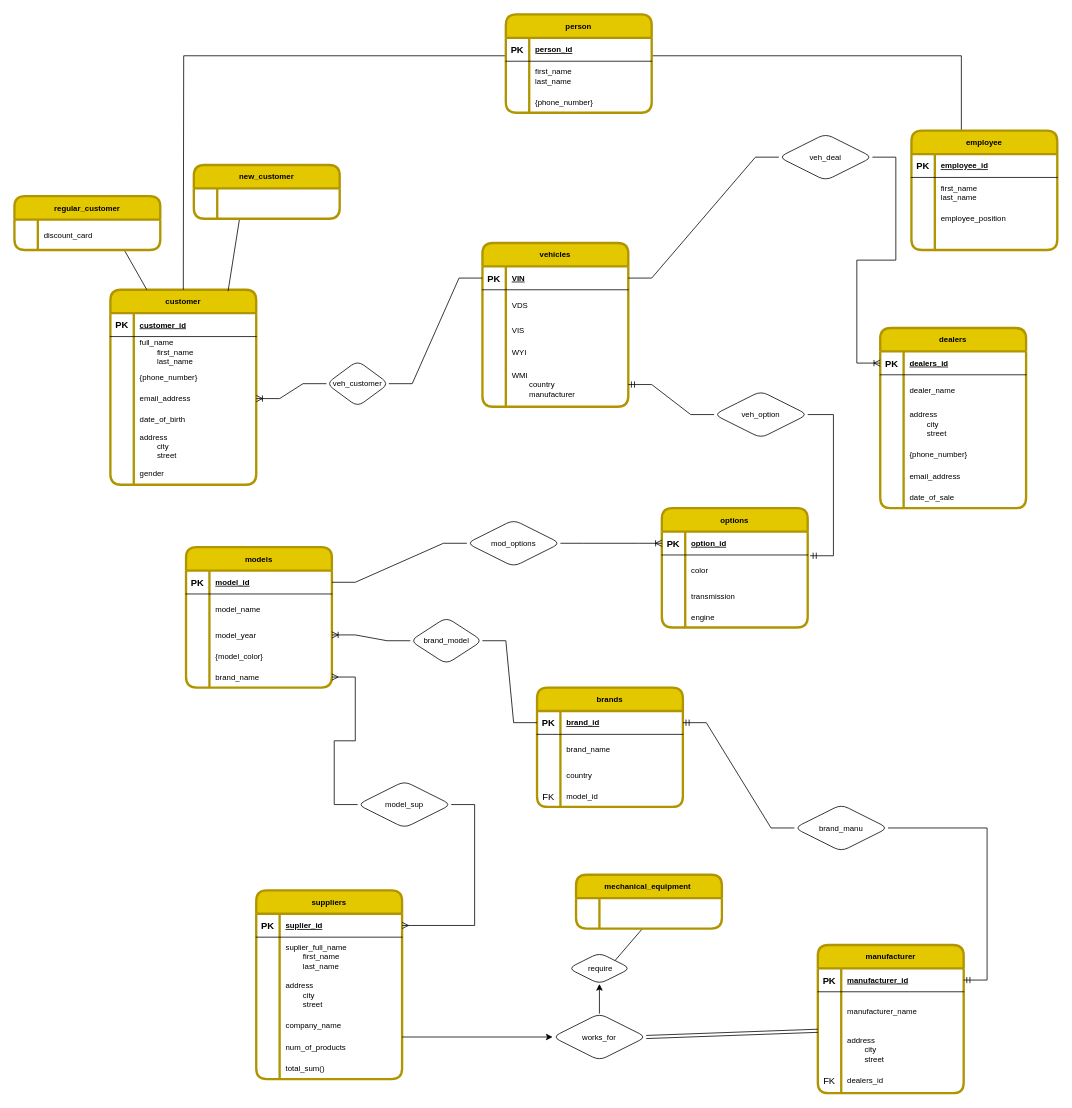
This is Untitled Diagram.drawio from ertaevaaiym1/DATABASES-2021, a draw.io file, before an edit. Source tidied: cells renumbered, new cells numbered last; positions are measured from the earlier drawing's top-left corner, leaving out a move shared by most shapes. Both pictures are drawn from the tidied source at 78%, with x=0, y=0 at pixel (14, 14).
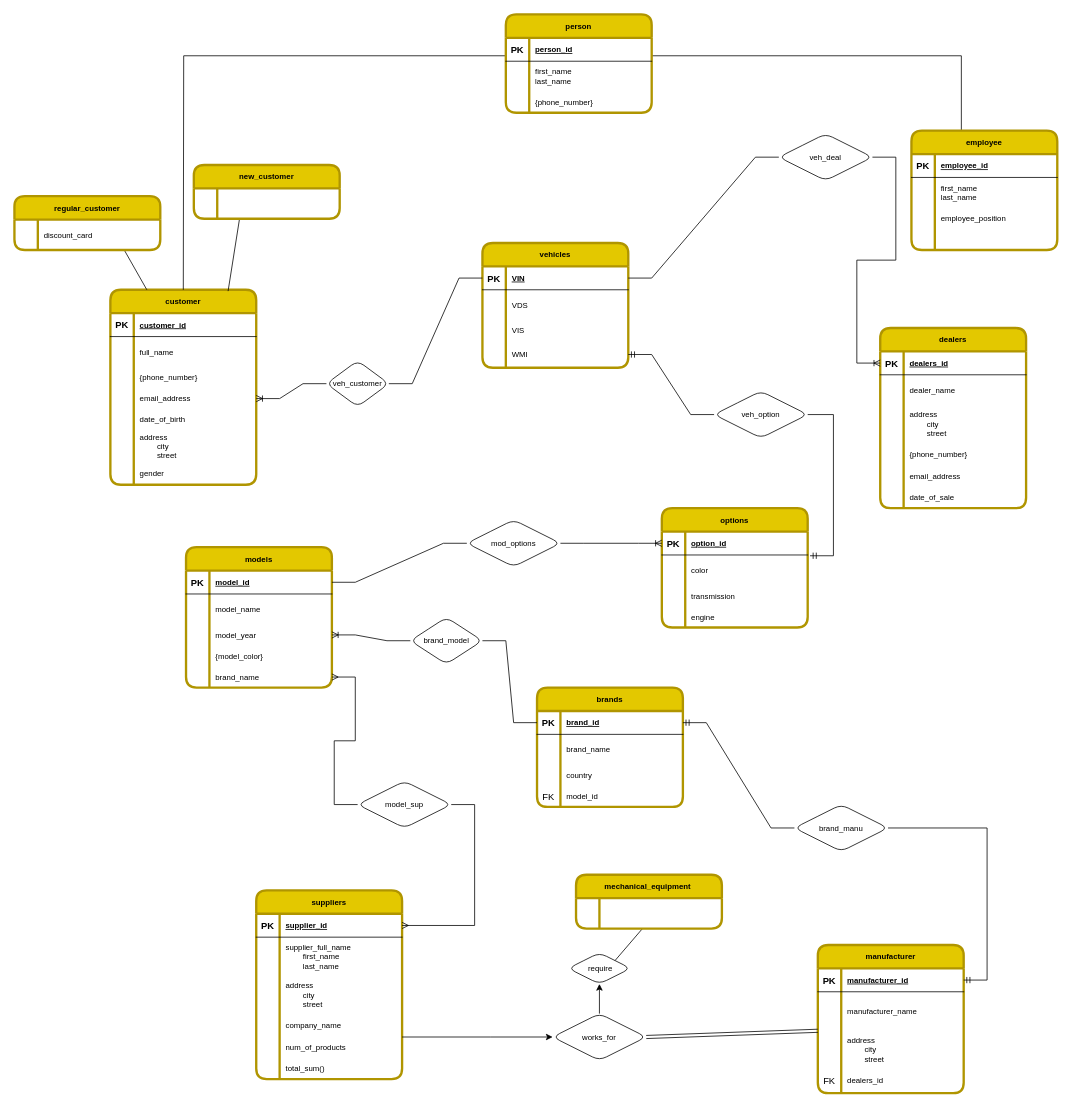
Above is the later version.

Unchanged cells that the change refers to:
```xml
<mxCell id="6" style="shape=partialRectangle;fillColor=none;top=0;left=0;right=0;bottom=0;" parent="2" vertex="1">
  <mxGeometry y="60" width="187" height="39" as="geometry" />
</mxCell>
<mxCell id="102" style="shape=partialRectangle;fillColor=none;points=[[0,0.5],[1,0.5]];portConstraint=eastwest;top=0;left=0;right=0;bottom=1;" parent="101" vertex="1">
  <mxGeometry y="30" width="187" height="30" as="geometry" />
</mxCell>
<mxCell id="105" style="shape=partialRectangle;fillColor=none;top=0;left=0;right=0;bottom=0;" parent="101" vertex="1">
  <mxGeometry y="60" width="187" height="50" as="geometry" />
</mxCell>
```

What changed in the source:
```diff
@@
-    <mxCell id="8" value="full_name&#10;        first_name&#10;        last_name" style="shape=partialRectangle;overflow=hidden;fillColor=none;top=0;left=0;bottom=0;right=0;align=left;spacingLeft=6;fontSize=10;" parent="6" vertex="1">
+    <mxCell id="8" value="full_name" style="shape=partialRectangle;overflow=hidden;fillColor=none;top=0;left=0;bottom=0;right=0;align=left;spacingLeft=6;fontSize=10;" parent="6" vertex="1">
       <mxGeometry x="30" width="157" height="39" as="geometry" />
     </mxCell>
@@
     <mxCell id="24" value="vehicles" style="shape=table;startSize=30;childLayout=tableLayout;rowLines=0;fontStyle=1;align=center;fillColor=#e3c800;strokeColor=#B09500;fontColor=default;strokeWidth=3;perimeterSpacing=0;shadow=0;rounded=1;sketch=0;swimlaneFillColor=default;fontSize=10;labelBackgroundColor=none;horizontal=1;" parent="1" vertex="1">
-      <mxGeometry x="600" y="293" width="187" height="210" as="geometry" />
+      <mxGeometry x="600" y="293" width="187" height="160" as="geometry" />
     </mxCell>
@@
-    <mxCell id="34" style="shape=partialRectangle;fillColor=none;top=0;left=0;right=0;bottom=0;" parent="24" vertex="1">
-      <mxGeometry y="126" width="187" height="27" as="geometry" />
-    </mxCell>
-    <mxCell id="35" style="shape=partialRectangle;overflow=hidden;fillColor=none;top=0;left=0;bottom=0;right=0;" parent="34" vertex="1">
-      <mxGeometry width="30" height="27" as="geometry" />
-    </mxCell>
-    <mxCell id="36" value="WYI" style="shape=partialRectangle;overflow=hidden;fillColor=none;top=0;left=0;bottom=0;right=0;align=left;spacingLeft=6;fontSize=10;" parent="34" vertex="1">
-      <mxGeometry x="30" width="157" height="27" as="geometry" />
-    </mxCell>
     <mxCell id="37" style="shape=partialRectangle;fillColor=none;points=[[0,0.5],[1,0.5]];portConstraint=eastwest;top=0;left=0;right=0;bottom=0;" parent="24" vertex="1">
-      <mxGeometry y="153" width="187" height="57" as="geometry" />
+      <mxGeometry y="126" width="187" height="34" as="geometry" />
     </mxCell>
     <mxCell id="38" style="shape=partialRectangle;overflow=hidden;fillColor=none;top=0;left=0;bottom=0;right=0;" parent="37" vertex="1">
-      <mxGeometry width="30" height="57" as="geometry" />
+      <mxGeometry width="30" height="34" as="geometry" />
     </mxCell>
-    <mxCell id="39" value="WMI&#10;        country&#10;        manufacturer" style="shape=partialRectangle;overflow=hidden;fillColor=none;top=0;left=0;bottom=0;right=0;align=left;spacingLeft=6;fontSize=10;" parent="37" vertex="1">
-      <mxGeometry x="30" width="157" height="57" as="geometry" />
+    <mxCell id="39" value="WMI" style="shape=partialRectangle;overflow=hidden;fillColor=none;top=0;left=0;bottom=0;right=0;align=left;spacingLeft=6;fontSize=10;" parent="37" vertex="1">
+      <mxGeometry x="30" width="157" height="34" as="geometry" />
     </mxCell>
@@
-    <mxCell id="104" value="suplier_id" style="shape=partialRectangle;overflow=hidden;fillColor=none;top=0;left=0;bottom=0;right=0;align=left;spacingLeft=6;fontStyle=5;fontSize=10;" parent="102" vertex="1">
+    <mxCell id="104" value="supplier_id" style="shape=partialRectangle;overflow=hidden;fillColor=none;top=0;left=0;bottom=0;right=0;align=left;spacingLeft=6;fontStyle=5;fontSize=10;" parent="102" vertex="1">
       <mxGeometry x="30" width="157" height="30" as="geometry" />
     </mxCell>
@@
-    <mxCell id="107" value="suplier_full_name&#10;        first_name&#10;        last_name" style="shape=partialRectangle;overflow=hidden;fillColor=none;top=0;left=0;bottom=0;right=0;align=left;spacingLeft=6;fontSize=10;" parent="105" vertex="1">
+    <mxCell id="107" value="supplier_full_name&#10;        first_name&#10;        last_name" style="shape=partialRectangle;overflow=hidden;fillColor=none;top=0;left=0;bottom=0;right=0;align=left;spacingLeft=6;fontSize=10;" parent="105" vertex="1">
       <mxGeometry x="30" width="157" height="50" as="geometry" />
     </mxCell>
```
